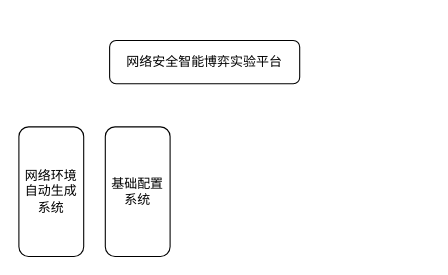
This is test.drawio from undinuanao/-, a draw.io file, before an edit. Source tidied: cells renumbered, new cells numbered last; positions are measured from the earlier drawing's top-left corner, leaving out a move shared by most shapes. Both pictures are drawn from the tidied source at 108%, with x=0, y=0 at pixel (18, 40).
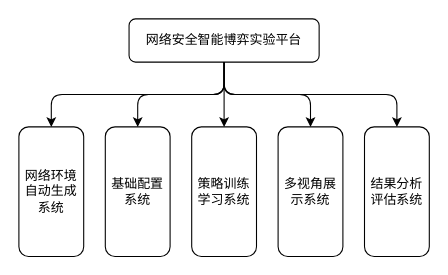
Above is the later version.

Commit message:
平台子系统.drawio

Change to the diagram source:
```diff
@@
 <mxGraphModel>
   <root>
     <mxCell id="0" />
     <mxCell id="1" parent="0" />
     <mxCell id="2" value="网络安全智能博弈实验平台" style="rounded=1;whiteSpace=wrap;html=1;" parent="1" vertex="1">
-      <mxGeometry x="84" width="176" height="40" as="geometry" />
+      <mxGeometry x="102" y="-20" width="176" height="40" as="geometry" />
     </mxCell>
     <mxCell id="3" value="网络环境自动生成系统" style="rounded=1;whiteSpace=wrap;html=1;" parent="1" vertex="1">
       <mxGeometry y="80" width="60" height="120" as="geometry" />
     </mxCell>
     <mxCell id="4" value="基础配置系统" style="rounded=1;whiteSpace=wrap;html=1;" parent="1" vertex="1">
       <mxGeometry x="80" y="80" width="60" height="120" as="geometry" />
     </mxCell>
+    <mxCell id="5" value="策略训练学习系统" style="rounded=1;whiteSpace=wrap;html=1;" parent="1" vertex="1">
+      <mxGeometry x="160" y="80" width="60" height="120" as="geometry" />
+    </mxCell>
+    <mxCell id="6" value="多视角展示系统" style="rounded=1;whiteSpace=wrap;html=1;" parent="1" vertex="1">
+      <mxGeometry x="240" y="80" width="60" height="120" as="geometry" />
+    </mxCell>
+    <mxCell id="7" value="结果分析评估系统" style="rounded=1;whiteSpace=wrap;html=1;" parent="1" vertex="1">
+      <mxGeometry x="320" y="80" width="60" height="120" as="geometry" />
+    </mxCell>
+    <mxCell id="8" style="endArrow=classic;html=1;exitX=0.5;exitY=1;exitDx=0;exitDy=0;entryX=0.5;entryY=0;entryDx=0;entryDy=0;" parent="1" edge="1" source="2" target="3">
+      <mxGeometry relative="1" as="geometry">
+        <Array as="points">
+          <mxPoint x="190" y="50" />
+          <mxPoint x="30" y="50" />
+        </Array>
+      </mxGeometry>
+    </mxCell>
+    <mxCell id="9" style="endArrow=classic;html=1;entryX=0.5;entryY=0;entryDx=0;entryDy=0;exitX=0.5;exitY=1;exitDx=0;exitDy=0;" parent="1" edge="1" source="2" target="4">
+      <mxGeometry relative="1" as="geometry">
+        <Array as="points">
+          <mxPoint x="190" y="50" />
+          <mxPoint x="110" y="50" />
+        </Array>
+      </mxGeometry>
+    </mxCell>
+    <mxCell id="10" style="endArrow=classic;html=1;exitX=0.5;exitY=1;exitDx=0;exitDy=0;entryX=0.5;entryY=0;entryDx=0;entryDy=0;" parent="1" edge="1" source="2" target="5">
+      <mxGeometry relative="1" as="geometry" />
+    </mxCell>
+    <mxCell id="11" style="endArrow=classic;html=1;entryX=0.5;entryY=0;entryDx=0;entryDy=0;" parent="1" edge="1" target="7">
+      <mxGeometry relative="1" as="geometry">
+        <mxPoint x="190" y="20" as="sourcePoint" />
+        <Array as="points">
+          <mxPoint x="190" y="50" />
+          <mxPoint x="350" y="50" />
+        </Array>
+      </mxGeometry>
+    </mxCell>
+    <mxCell id="12" style="endArrow=classic;html=1;exitX=0.5;exitY=1;exitDx=0;exitDy=0;entryX=0.5;entryY=0;entryDx=0;entryDy=0;" parent="1" edge="1" source="2" target="6">
+      <mxGeometry relative="1" as="geometry">
+        <Array as="points">
+          <mxPoint x="190" y="50" />
+          <mxPoint x="270" y="50" />
+        </Array>
+      </mxGeometry>
+    </mxCell>
   </root>
 </mxGraphModel>
```
